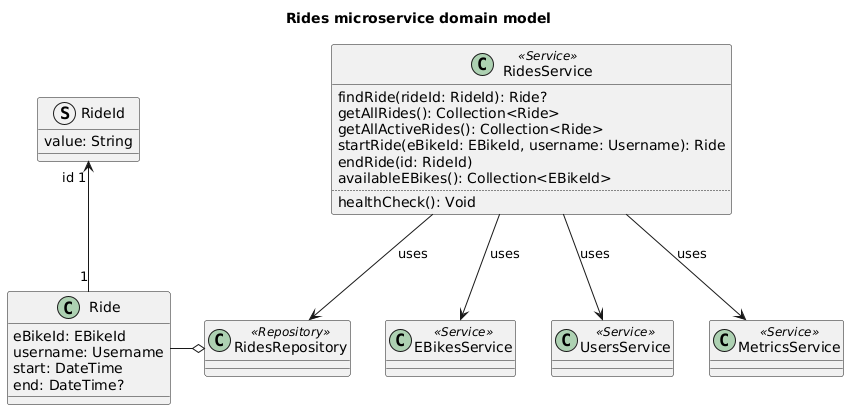
This is doc/diagrams/rides-microservice-domain-model.png from Ventus218/SAP-assignment-02, a PlantUML export, as it was before one commit.
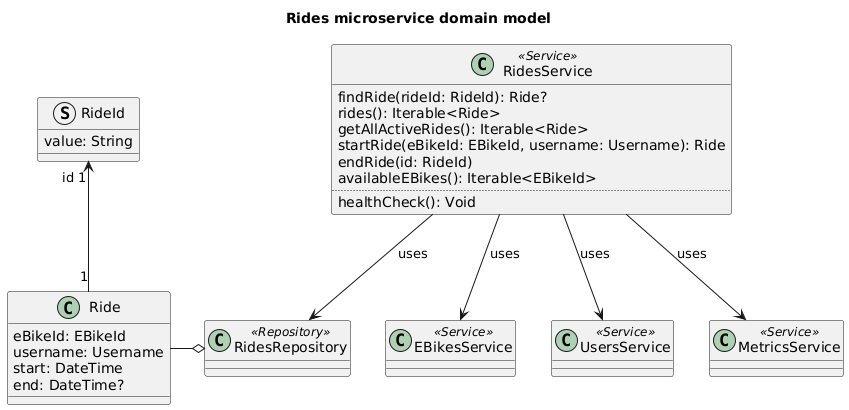
Above is the later version.

What changed in the source:
```diff
@@ -18,11 +18,11 @@
 
 class RidesService <<Service>> {
     findRide(rideId: RideId): Ride?
-    getAllRides(): Collection<Ride>
-    getAllActiveRides(): Collection<Ride>
+    rides(): Iterable<Ride>
+    getAllActiveRides(): Iterable<Ride>
     startRide(eBikeId: EBikeId, username: Username): Ride
     endRide(id: RideId)
-    availableEBikes(): Collection<EBikeId>
+    availableEBikes(): Iterable<EBikeId>
     ..
     healthCheck(): Void
 }
```
